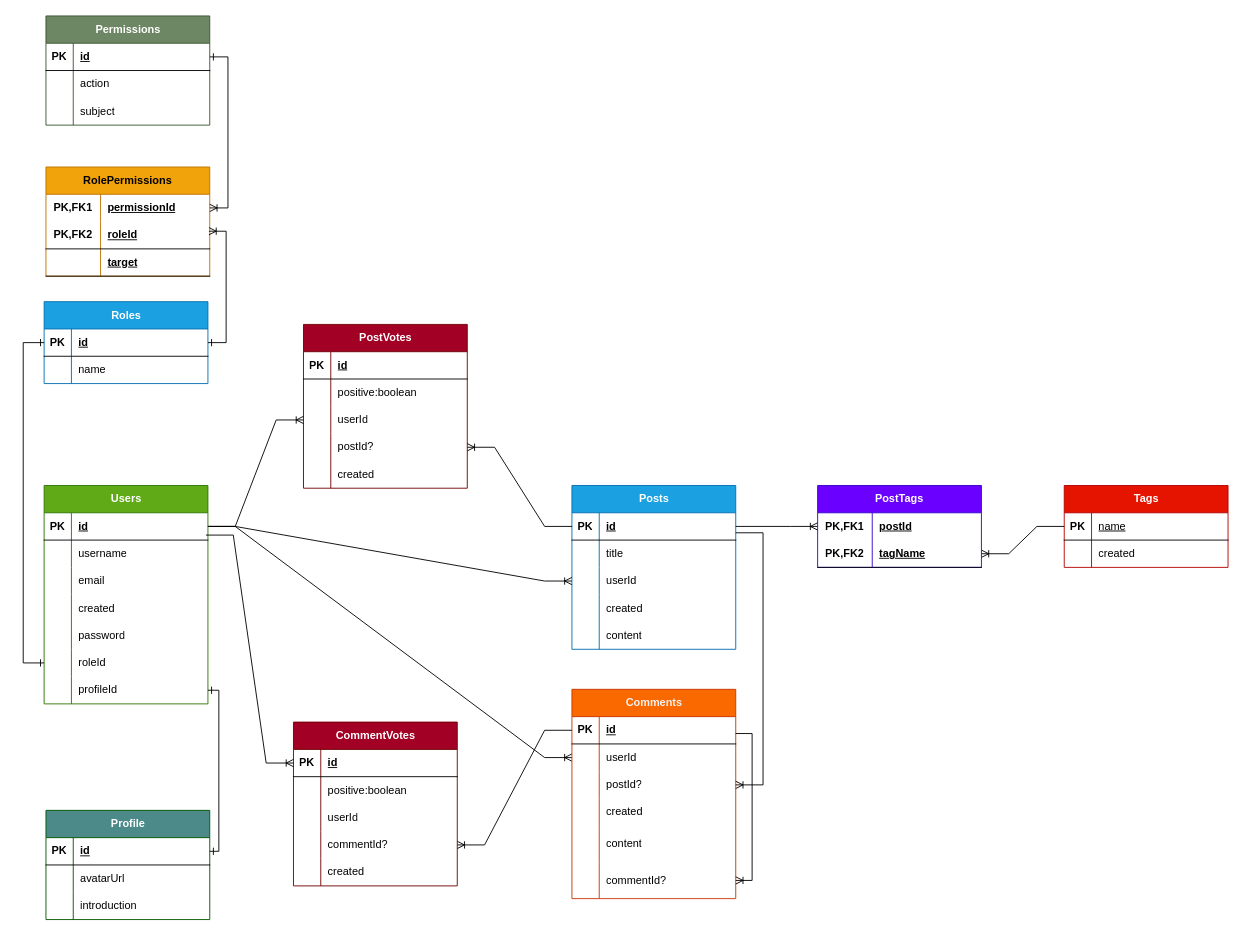
Earlier version of the draw.io diagram backend/random_blog_rel_table.drawio (tMas9941/random-blog). Source tidied: cells renumbered, new cells numbered last; positions are measured from the earlier drawing's top-left corner, leaving out a move shared by most shapes. Both pictures are drawn from the tidied source at 91%, with x=0, y=0 at pixel (23, 15).
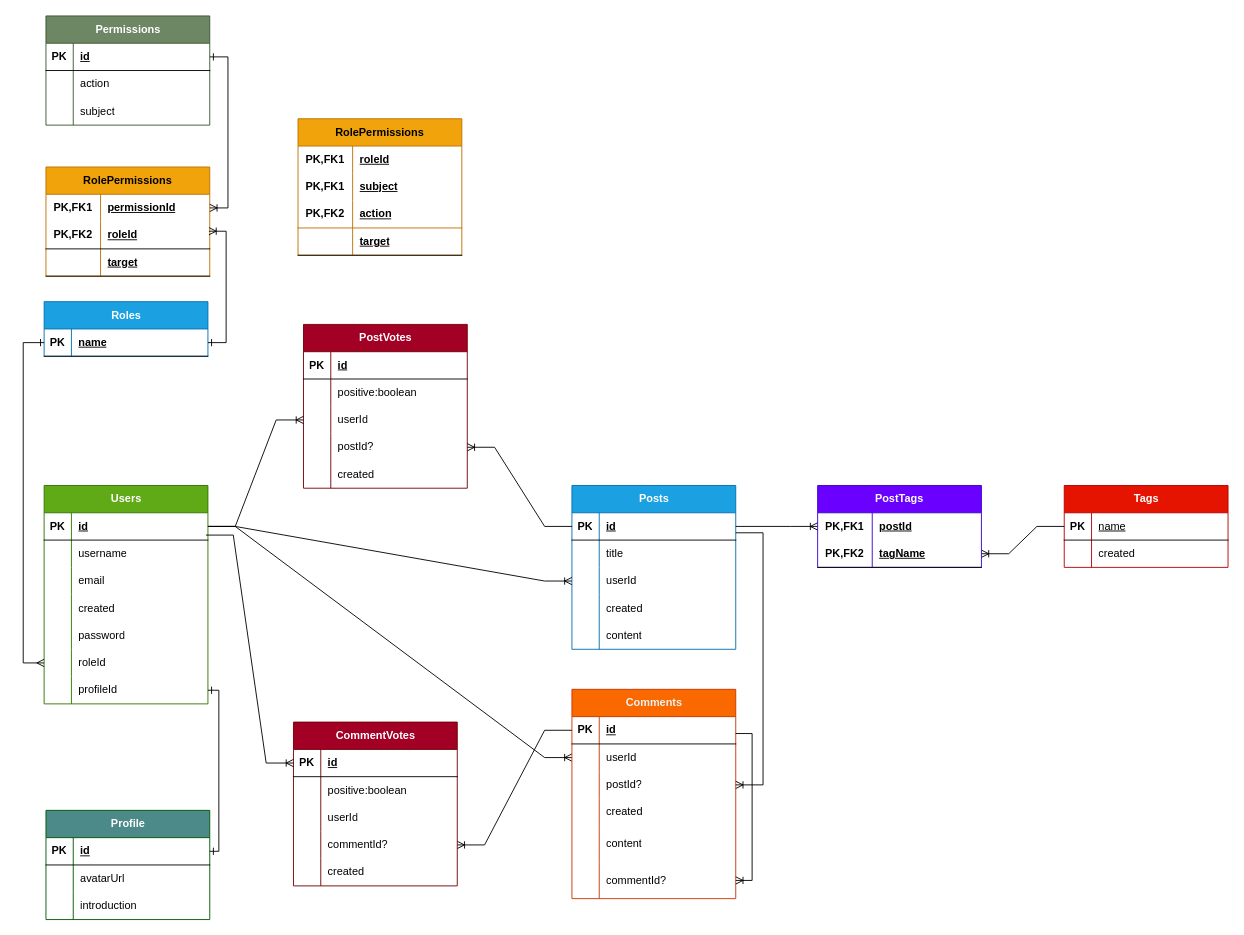
The same page after the edit.

The change refers to these unchanged cells:
```xml
<mxCell id="34" style="shape=tableRow;horizontal=0;startSize=0;swimlaneHead=0;swimlaneBody=0;fillColor=none;points=[[0,0.5],[1,0.5]];portConstraint=eastwest;top=0;left=0;right=0;bottom=0;" parent="18" vertex="1">
  <mxGeometry y="180" width="180" height="30" as="geometry" />
</mxCell>
<mxCell id="127" style="shape=tableRow;horizontal=0;startSize=0;swimlaneHead=0;swimlaneBody=0;fillColor=none;points=[[0,0.5],[1,0.5]];portConstraint=eastwest;top=0;left=0;right=0;bottom=1;" parent="126" vertex="1">
  <mxGeometry y="30" width="180" height="30" as="geometry" />
</mxCell>
```

Change to the diagram source:
```diff
@@
     <mxCell id="126" value="Roles" style="shape=table;startSize=30;childLayout=tableLayout;rowLines=0;fontStyle=1;align=center;html=1;fillColor=#1ba1e2;fontColor=#ffffff;strokeColor=#006EAF;" parent="1" vertex="1">
-      <mxGeometry x="23" y="314" width="180" height="90" as="geometry" />
+      <mxGeometry x="23" y="314" width="180" height="60" as="geometry" />
     </mxCell>
@@
-    <mxCell id="129" value="id" style="shape=partialRectangle;fillColor=none;top=0;left=0;bottom=0;right=0;align=left;spacingLeft=6;fontStyle=5;overflow=hidden;whiteSpace=wrap;html=1;" parent="127" vertex="1">
+    <mxCell id="129" value="name" style="shape=partialRectangle;fillColor=none;top=0;left=0;bottom=0;right=0;align=left;spacingLeft=6;fontStyle=5;overflow=hidden;whiteSpace=wrap;html=1;" parent="127" vertex="1">
       <mxGeometry x="30" width="150" height="30" as="geometry" />
     </mxCell>
-    <mxCell id="130" style="shape=tableRow;horizontal=0;startSize=0;swimlaneHead=0;swimlaneBody=0;fillColor=none;top=0;left=0;right=0;bottom=0;" parent="126" vertex="1">
-      <mxGeometry y="60" width="180" height="30" as="geometry" />
-    </mxCell>
-    <mxCell id="131" style="shape=partialRectangle;fillColor=none;top=0;left=0;bottom=0;right=0;overflow=hidden;whiteSpace=wrap;html=1;" parent="130" vertex="1">
-      <mxGeometry width="30" height="30" as="geometry" />
-    </mxCell>
-    <mxCell id="132" value="name" style="shape=partialRectangle;fillColor=none;top=0;left=0;bottom=0;right=0;align=left;spacingLeft=6;overflow=hidden;whiteSpace=wrap;html=1;" parent="130" vertex="1">
-      <mxGeometry x="30" width="150" height="30" as="geometry" />
-    </mxCell>
@@
-    <mxCell id="153" style="edgeStyle=orthogonalEdgeStyle;fontSize=12;html=1;endArrow=ERone;rounded=0;exitX=0;exitY=0.5;exitDx=0;exitDy=0;entryX=0;entryY=0.5;entryDx=0;entryDy=0;endFill=0;startArrow=ERone;startFill=0;" parent="1" edge="1" source="127" target="34">
+    <mxCell id="153" style="edgeStyle=orthogonalEdgeStyle;fontSize=12;html=1;endArrow=ERmany;rounded=0;exitX=0;exitY=0.5;exitDx=0;exitDy=0;entryX=0;entryY=0.5;entryDx=0;entryDy=0;endFill=0;startArrow=ERone;startFill=0;" parent="1" edge="1" source="127" target="34">
       <mxGeometry relative="1" as="geometry">
         <Array as="points">
           <mxPoint y="359" />
           <mxPoint y="711" />
         </Array>
       </mxGeometry>
     </mxCell>
@@
+    <mxCell id="156" value="RolePermissions" style="shape=table;startSize=30;childLayout=tableLayout;rowLines=0;fontStyle=1;align=center;html=1;whiteSpace=wrap;fillColor=#f0a30a;fontColor=#000000;strokeColor=#BD7000;" parent="1" vertex="1">
+      <mxGeometry x="302" y="113" width="180" height="150" as="geometry" />
+    </mxCell>
+    <mxCell id="157" style="shape=tableRow;horizontal=0;startSize=0;swimlaneHead=0;swimlaneBody=0;fillColor=none;top=0;left=0;right=0;bottom=0;html=1;swimlaneFillColor=none;swimlaneLine=1;strokeColor=default;strokeWidth=1;" parent="156" vertex="1">
+      <mxGeometry y="30" width="180" height="30" as="geometry" />
+    </mxCell>
+    <mxCell id="158" value="PK,FK1" style="shape=partialRectangle;fillColor=none;top=0;left=0;bottom=0;right=0;fontStyle=1;overflow=hidden;html=1;whiteSpace=wrap;" parent="157" vertex="1">
+      <mxGeometry width="60" height="30" as="geometry" />
+    </mxCell>
+    <mxCell id="159" value="roleId" style="shape=partialRectangle;fillColor=none;top=0;left=0;bottom=0;right=0;align=left;spacingLeft=6;fontStyle=5;overflow=hidden;html=1;whiteSpace=wrap;" parent="157" vertex="1">
+      <mxGeometry x="60" width="120" height="30" as="geometry" />
+    </mxCell>
+    <mxCell id="160" style="shape=tableRow;horizontal=0;startSize=0;swimlaneHead=0;swimlaneBody=0;fillColor=none;top=0;left=0;right=0;bottom=0;html=1;swimlaneFillColor=none;swimlaneLine=1;strokeColor=default;strokeWidth=1;" parent="156" vertex="1">
+      <mxGeometry y="60" width="180" height="30" as="geometry" />
+    </mxCell>
+    <mxCell id="161" value="PK,FK1" style="shape=partialRectangle;fillColor=none;top=0;left=0;bottom=0;right=0;fontStyle=1;overflow=hidden;html=1;whiteSpace=wrap;" parent="160" vertex="1">
+      <mxGeometry width="60" height="30" as="geometry" />
+    </mxCell>
+    <mxCell id="162" value="subject" style="shape=partialRectangle;fillColor=none;top=0;left=0;bottom=0;right=0;align=left;spacingLeft=6;fontStyle=5;overflow=hidden;html=1;whiteSpace=wrap;" parent="160" vertex="1">
+      <mxGeometry x="60" width="120" height="30" as="geometry" />
+    </mxCell>
+    <mxCell id="163" style="shape=tableRow;horizontal=0;startSize=0;swimlaneHead=0;swimlaneBody=0;fillColor=none;top=0;left=0;right=0;bottom=1;html=1;strokeColor=inherit;swimlaneFillColor=none;swimlaneLine=0;" parent="156" vertex="1">
+      <mxGeometry y="90" width="180" height="30" as="geometry" />
+    </mxCell>
+    <mxCell id="164" value="PK,FK2" style="shape=partialRectangle;fillColor=none;top=0;left=0;bottom=0;right=0;fontStyle=1;overflow=hidden;html=1;whiteSpace=wrap;" parent="163" vertex="1">
+      <mxGeometry width="60" height="30" as="geometry" />
+    </mxCell>
+    <mxCell id="165" value="action" style="shape=partialRectangle;fillColor=none;top=0;left=0;bottom=0;right=0;align=left;spacingLeft=6;fontStyle=5;overflow=hidden;html=1;whiteSpace=wrap;strokeColor=inherit;" parent="163" vertex="1">
+      <mxGeometry x="60" width="120" height="30" as="geometry" />
+    </mxCell>
+    <mxCell id="166" style="shape=tableRow;horizontal=0;startSize=0;swimlaneHead=0;swimlaneBody=0;fillColor=none;top=0;left=0;right=0;bottom=1;html=1;" parent="156" vertex="1">
+      <mxGeometry y="120" width="180" height="30" as="geometry" />
+    </mxCell>
+    <mxCell id="167" style="shape=partialRectangle;fillColor=none;top=0;left=0;bottom=0;right=0;fontStyle=1;overflow=hidden;html=1;whiteSpace=wrap;" parent="166" vertex="1">
+      <mxGeometry width="60" height="30" as="geometry" />
+    </mxCell>
+    <mxCell id="168" value="target" style="shape=partialRectangle;fillColor=none;top=0;left=0;bottom=0;right=0;align=left;spacingLeft=6;fontStyle=5;overflow=hidden;html=1;whiteSpace=wrap;" parent="166" vertex="1">
+      <mxGeometry x="60" width="120" height="30" as="geometry" />
+    </mxCell>
```
